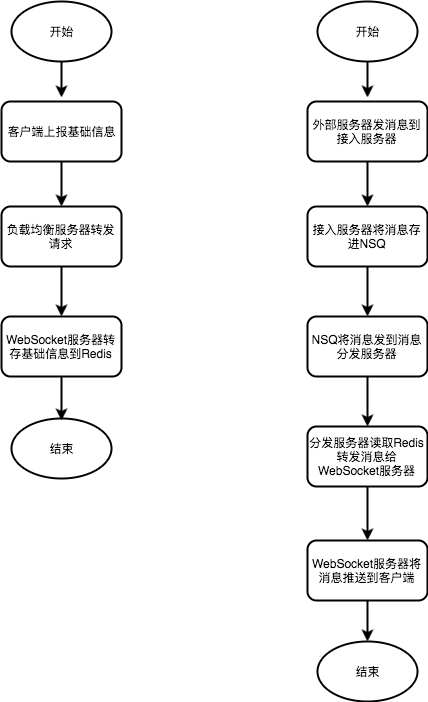
Above: WebSocket/flow chart.png in dickenslian/images (draw.io), before the change. Source tidied: cells renumbered, new cells last; positions are measured from the earlier drawing's top-left corner, leaving out a move shared by most shapes.
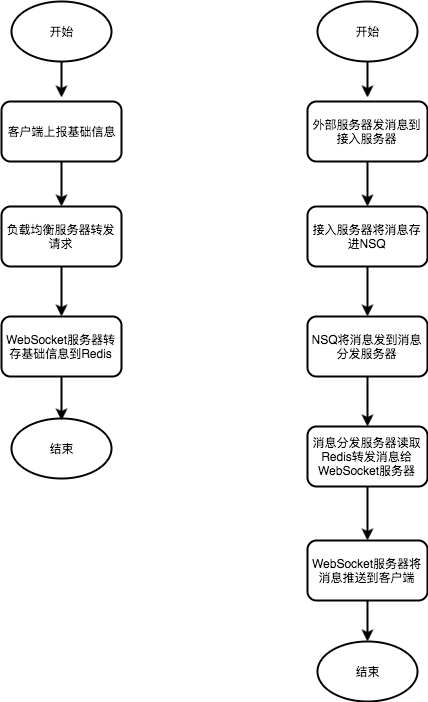
The same diagram one commit later.

Commit message:
modify flow chart

What changed in the source:
```diff
@@ -56,7 +56,7 @@
     <mxCell id="19" style="edgeStyle=orthogonalEdgeStyle;rounded=0;html=1;jettySize=auto;strokeColor=#000000;strokeWidth=2;fontColor=#000000;" parent="1" edge="1" source="20" target="22">
       <mxGeometry relative="1" as="geometry" />
     </mxCell>
-    <mxCell id="20" value="分发服务器读取Redis转发消息给WebSocket服务器" style="rounded=1;whiteSpace=wrap;html=1;shadow=0;strokeColor=#000000;strokeWidth=2;fillColor=none;fontColor=#000000;" parent="1" vertex="1">
+    <mxCell id="20" value="消息分发服务器读取Redis转发消息给WebSocket服务器" style="rounded=1;whiteSpace=wrap;html=1;shadow=0;strokeColor=#000000;strokeWidth=2;fillColor=none;fontColor=#000000;" parent="1" vertex="1">
       <mxGeometry x="306" y="425" width="120" height="60" as="geometry" />
     </mxCell>
     <mxCell id="21" style="edgeStyle=orthogonalEdgeStyle;rounded=0;html=1;jettySize=auto;strokeColor=#000000;strokeWidth=2;fontColor=#000000;" parent="1" edge="1" source="22" target="23">
```
